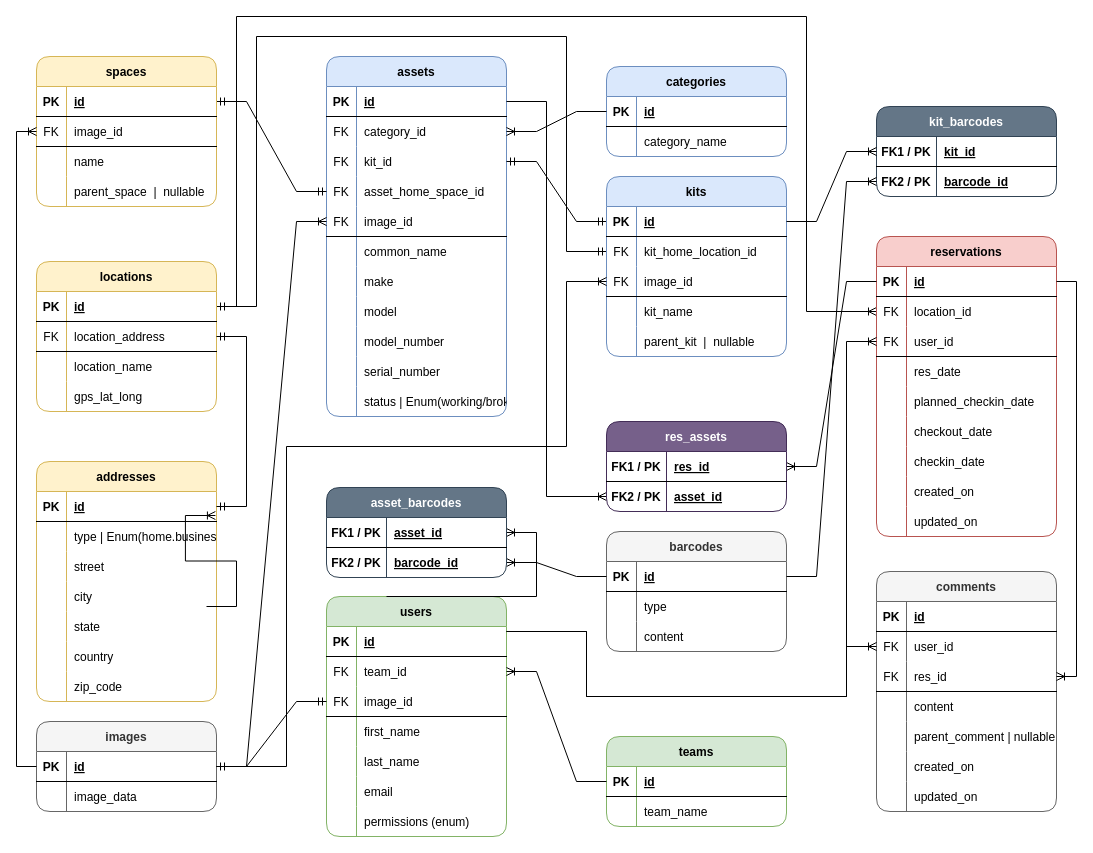
Before: Camera-Asset-Management-Simplified.drawio in dj-judd/PARM, a draw.io diagram. Source tidied: cells renumbered, new cells numbered last; positions are measured from the earlier drawing's top-left corner, leaving out a move shared by most shapes. Both pictures are drawn from the tidied source at 100%, with x=0, y=0 at pixel (16, 16).
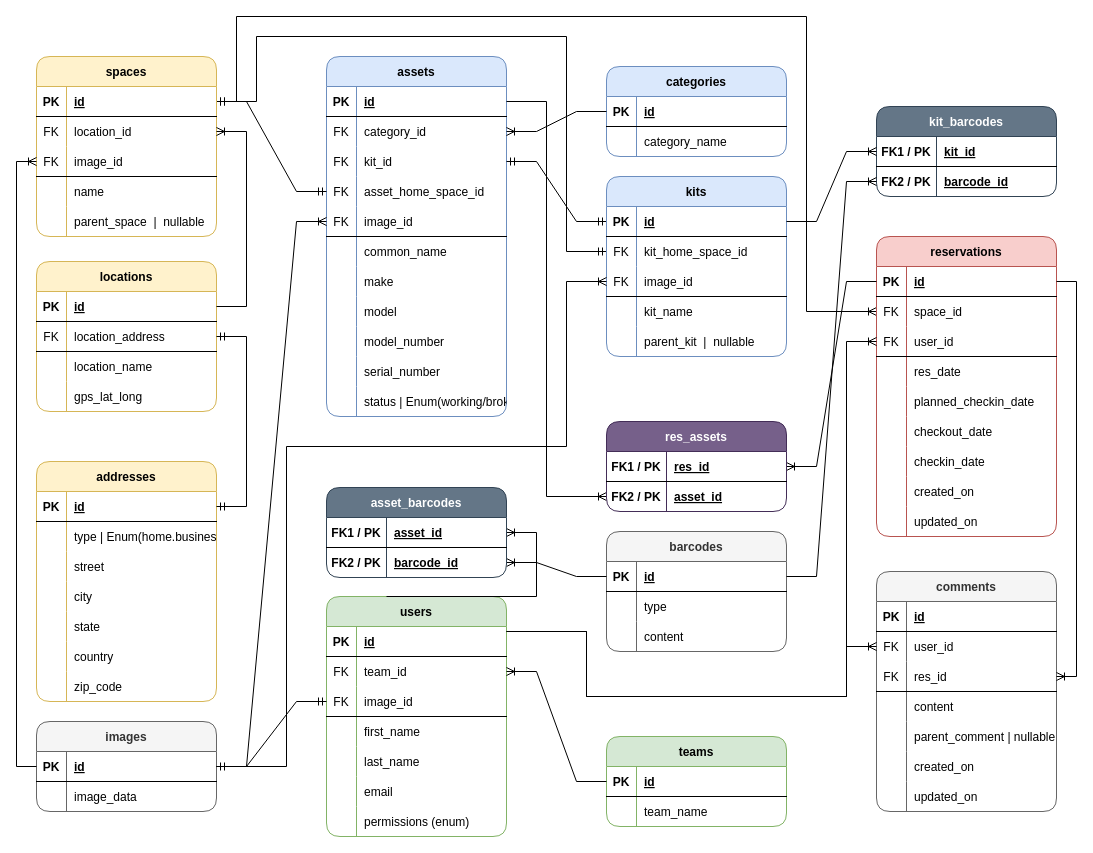
The same page after the edit.

Unchanged cells that the change refers to:
```xml
<mxCell id="42" style="shape=tableRow;horizontal=0;startSize=0;swimlaneHead=0;swimlaneBody=0;fillColor=none;points=[[0,0.5],[1,0.5]];portConstraint=eastwest;top=0;left=0;right=0;bottom=1;strokeColor=none;" parent="38" vertex="1">
  <mxGeometry y="60" width="180" height="30" as="geometry" />
</mxCell>
<mxCell id="91" style="shape=tableRow;horizontal=0;startSize=0;swimlaneHead=0;swimlaneBody=0;fillColor=none;points=[[0,0.5],[1,0.5]];portConstraint=eastwest;top=0;left=0;right=0;bottom=1;" parent="90" vertex="1">
  <mxGeometry y="30" width="180" height="30" as="geometry" />
</mxCell>
<mxCell id="114" style="shape=tableRow;horizontal=0;startSize=0;swimlaneHead=0;swimlaneBody=0;fillColor=none;points=[[0,0.5],[1,0.5]];portConstraint=eastwest;top=0;left=0;right=0;bottom=1;" parent="113" vertex="1">
  <mxGeometry y="30" width="180" height="30" as="geometry" />
</mxCell>
<mxCell id="144" style="shape=tableRow;horizontal=0;startSize=0;swimlaneHead=0;swimlaneBody=0;fillColor=none;points=[[0,0.5],[1,0.5]];portConstraint=eastwest;top=0;left=0;right=0;bottom=1;" parent="143" vertex="1">
  <mxGeometry y="30" width="180" height="30" as="geometry" />
</mxCell>
<mxCell id="183" style="shape=tableRow;horizontal=0;startSize=0;swimlaneHead=0;swimlaneBody=0;fillColor=none;points=[[0,0.5],[1,0.5]];portConstraint=eastwest;top=0;left=0;right=0;bottom=1;strokeColor=none;" parent="179" vertex="1">
  <mxGeometry y="60" width="180" height="30" as="geometry" />
</mxCell>
<mxCell id="204" style="shape=tableRow;horizontal=0;startSize=0;swimlaneHead=0;swimlaneBody=0;fillColor=none;points=[[0,0.5],[1,0.5]];portConstraint=eastwest;top=0;left=0;right=0;bottom=1;" parent="203" vertex="1">
  <mxGeometry y="30" width="180" height="30" as="geometry" />
</mxCell>
```

Change to the diagram source:
```diff
@@
-    <mxCell id="2" style="edgeStyle=orthogonalEdgeStyle;fontSize=12;html=1;endArrow=ERmandOne;startArrow=ERmandOne;rounded=0;" parent="1" edge="1" source="114" target="183">
+    <mxCell id="2" style="edgeStyle=orthogonalEdgeStyle;fontSize=12;html=1;endArrow=ERmandOne;startArrow=ERmandOne;rounded=0;" parent="1" edge="1" source="204" target="183">
       <mxGeometry relative="1" as="geometry">
         <Array as="points">
-          <mxPoint x="240" y="290" />
+          <mxPoint x="240" y="85" />
           <mxPoint x="240" y="20" />
           <mxPoint x="550" y="20" />
           <mxPoint x="550" y="235" />
         </Array>
       </mxGeometry>
     </mxCell>
-    <mxCell id="3" style="edgeStyle=orthogonalEdgeStyle;fontSize=12;html=1;endArrow=ERoneToMany;rounded=0;entryX=0;entryY=0.5;entryDx=0;entryDy=0;" parent="1" edge="1" source="114" target="42">
+    <mxCell id="3" style="edgeStyle=orthogonalEdgeStyle;fontSize=12;html=1;endArrow=ERoneToMany;rounded=0;entryX=0;entryY=0.5;entryDx=0;entryDy=0;" parent="1" edge="1" source="204" target="42">
       <mxGeometry relative="1" as="geometry">
         <Array as="points">
-          <mxPoint x="220" y="290" />
+          <mxPoint x="220" y="85" />
           <mxPoint x="220" />
           <mxPoint x="790" />
           <mxPoint x="790" y="295" />
         </Array>
       </mxGeometry>
     </mxCell>
@@
-    <mxCell id="44" value="location_id" style="shape=partialRectangle;fillColor=none;top=0;left=0;bottom=0;right=0;align=left;spacingLeft=6;fontStyle=0;overflow=hidden;" parent="42" vertex="1">
+    <mxCell id="44" value="space_id" style="shape=partialRectangle;fillColor=none;top=0;left=0;bottom=0;right=0;align=left;spacingLeft=6;fontStyle=0;overflow=hidden;" parent="42" vertex="1">
       <mxGeometry x="30" width="150" height="30" as="geometry" />
     </mxCell>
@@
-    <mxCell id="112" style="edgeStyle=entityRelationEdgeStyle;fontSize=12;html=1;endArrow=ERoneToMany;rounded=0;exitX=0;exitY=0.5;exitDx=0;exitDy=0;entryX=0.994;entryY=0.8;entryDx=0;entryDy=0;entryPerimeter=0;" parent="1" edge="1" target="91">
-      <mxGeometry relative="1" as="geometry">
-        <mxPoint x="190" y="590" as="sourcePoint" />
-      </mxGeometry>
-    </mxCell>
@@
-    <mxCell id="185" value="kit_home_location_id" style="shape=partialRectangle;fillColor=none;top=0;left=0;bottom=0;right=0;align=left;spacingLeft=6;fontStyle=0;overflow=hidden;" parent="183" vertex="1">
+    <mxCell id="185" value="kit_home_space_id" style="shape=partialRectangle;fillColor=none;top=0;left=0;bottom=0;right=0;align=left;spacingLeft=6;fontStyle=0;overflow=hidden;" parent="183" vertex="1">
       <mxGeometry x="30" width="150" height="30" as="geometry" />
     </mxCell>
@@
     <mxCell id="203" value="spaces" style="shape=table;startSize=30;childLayout=tableLayout;rowLines=0;fontStyle=1;align=center;fillColor=#fff2cc;strokeColor=#d6b656;swimlaneFillColor=default;rounded=1;" parent="1" vertex="1">
-      <mxGeometry x="20" y="40" width="180" height="150" as="geometry" />
+      <mxGeometry x="20" y="40" width="180" height="180" as="geometry" />
     </mxCell>
@@
-    <mxCell id="207" style="shape=tableRow;horizontal=0;startSize=0;swimlaneHead=0;swimlaneBody=0;fillColor=none;points=[[0,0.5],[1,0.5]];portConstraint=eastwest;top=0;left=0;right=0;bottom=1;" parent="203" vertex="1">
+    <mxCell id="207" style="shape=tableRow;horizontal=0;startSize=0;swimlaneHead=0;swimlaneBody=0;fillColor=none;points=[[0,0.5],[1,0.5]];portConstraint=eastwest;top=0;left=0;right=0;bottom=1;strokeColor=none;" parent="203" vertex="1">
       <mxGeometry y="60" width="180" height="30" as="geometry" />
     </mxCell>
@@
-    <mxCell id="209" value="image_id" style="shape=partialRectangle;fillColor=none;top=0;left=0;bottom=0;right=0;align=left;spacingLeft=6;fontStyle=0;overflow=hidden;" parent="207" vertex="1">
+    <mxCell id="209" value="location_id" style="shape=partialRectangle;fillColor=none;top=0;left=0;bottom=0;right=0;align=left;spacingLeft=6;fontStyle=0;overflow=hidden;" parent="207" vertex="1">
       <mxGeometry x="30" width="150" height="30" as="geometry" />
     </mxCell>
+    <mxCell id="245" style="shape=tableRow;horizontal=0;startSize=0;swimlaneHead=0;swimlaneBody=0;fillColor=none;points=[[0,0.5],[1,0.5]];portConstraint=eastwest;top=0;left=0;right=0;bottom=1;" parent="203" vertex="1">
+      <mxGeometry y="90" width="180" height="30" as="geometry" />
+    </mxCell>
+    <mxCell id="246" value="FK" style="shape=partialRectangle;fillColor=none;top=0;left=0;bottom=0;right=0;fontStyle=0;overflow=hidden;" parent="245" vertex="1">
+      <mxGeometry width="30" height="30" as="geometry" />
+    </mxCell>
+    <mxCell id="247" value="image_id" style="shape=partialRectangle;fillColor=none;top=0;left=0;bottom=0;right=0;align=left;spacingLeft=6;fontStyle=0;overflow=hidden;" parent="245" vertex="1">
+      <mxGeometry x="30" width="150" height="30" as="geometry" />
+    </mxCell>
     <mxCell id="210" style="shape=tableRow;horizontal=0;startSize=0;swimlaneHead=0;swimlaneBody=0;fillColor=none;top=0;left=0;right=0;bottom=0;" parent="203" vertex="1">
-      <mxGeometry y="90" width="180" height="30" as="geometry" />
+      <mxGeometry y="120" width="180" height="30" as="geometry" />
     </mxCell>
@@
     <mxCell id="213" style="shape=tableRow;horizontal=0;startSize=0;swimlaneHead=0;swimlaneBody=0;fillColor=none;top=0;left=0;right=0;bottom=0;" parent="203" vertex="1">
-      <mxGeometry y="120" width="180" height="30" as="geometry" />
+      <mxGeometry y="150" width="180" height="30" as="geometry" />
     </mxCell>
@@
-    <mxCell id="216" style="edgeStyle=orthogonalEdgeStyle;fontSize=12;html=1;endArrow=ERoneToMany;rounded=0;" parent="1" edge="1" source="144" target="207">
+    <mxCell id="216" style="edgeStyle=orthogonalEdgeStyle;fontSize=12;html=1;endArrow=ERoneToMany;rounded=0;" parent="1" edge="1" source="144" target="245">
       <mxGeometry relative="1" as="geometry">
         <Array as="points">
           <mxPoint y="750" />
-          <mxPoint y="115" />
+          <mxPoint y="145" />
         </Array>
       </mxGeometry>
     </mxCell>
@@
+    <mxCell id="248" style="edgeStyle=orthogonalEdgeStyle;fontSize=12;html=1;endArrow=ERoneToMany;rounded=0;" parent="1" edge="1" source="114" target="207">
+      <mxGeometry relative="1" as="geometry">
+        <Array as="points">
+          <mxPoint x="230" y="290" />
+          <mxPoint x="230" y="115" />
+        </Array>
+      </mxGeometry>
+    </mxCell>
```
